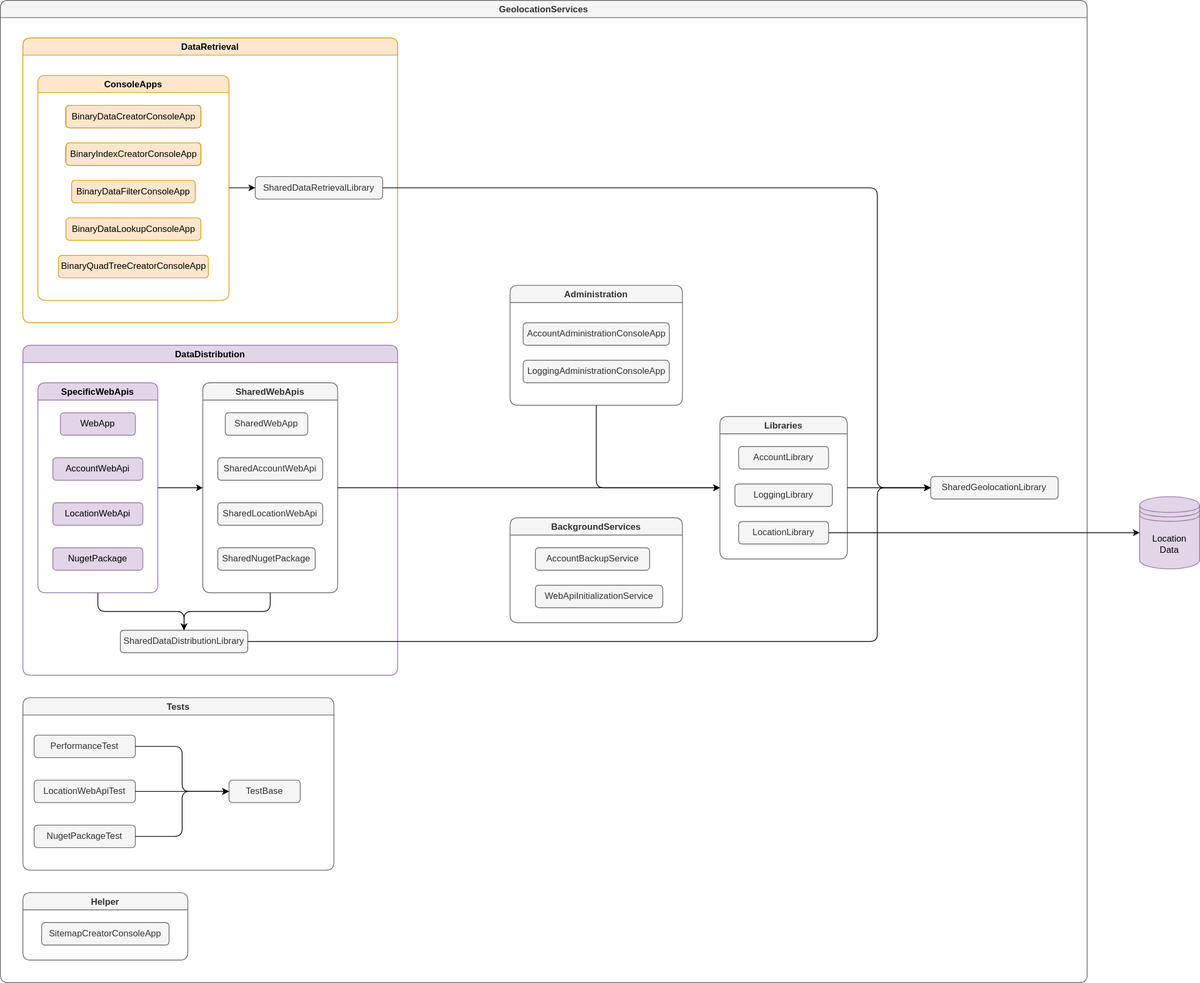
Before: _images/architecture-component-diagram.drawio.svg, a diagram exported from draw.io (gartenkralle/geolocation-services-doc). Source tidied: cells renumbered, new cells last; positions are measured from the earlier drawing's top-left corner, leaving out a move shared by most shapes.
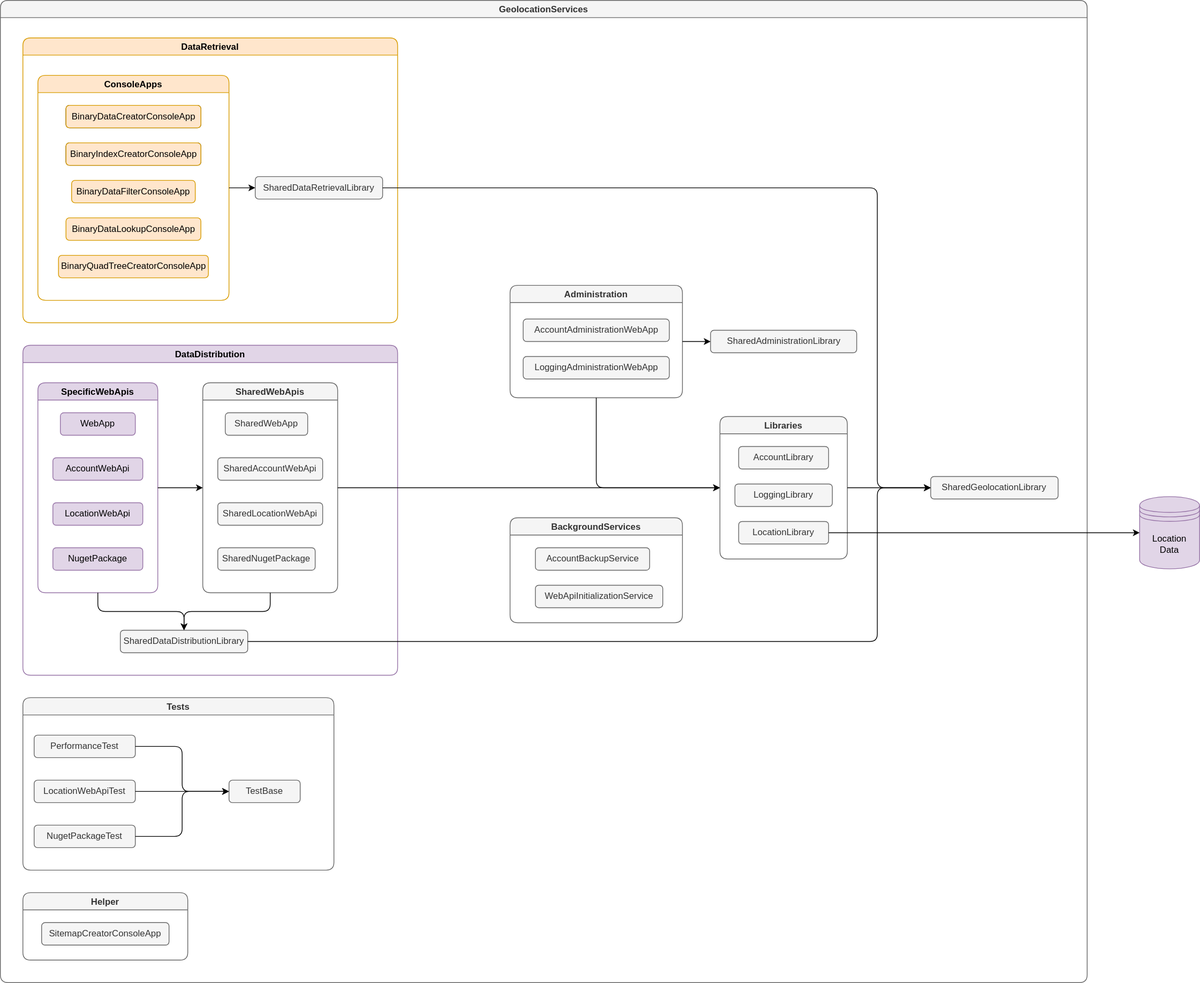
Later version of the same file.

The edit, as a diff of the source:
```diff
@@ -140,13 +140,13 @@
       </mxGeometry>
     </mxCell>
     <mxCell id="46" value="Administration" style="swimlane;rounded=1;fillColor=#f5f5f5;fontColor=#333333;strokeColor=#666666;" parent="2" vertex="1">
-      <mxGeometry x="680" y="380" width="230" height="160" as="geometry" />
+      <mxGeometry x="680" y="380" width="230" height="150" as="geometry" />
     </mxCell>
-    <mxCell id="47" value="AccountAdministrationConsoleApp" style="whiteSpace=wrap;html=1;fillColor=#f5f5f5;strokeColor=#666666;rounded=1;fontColor=#333333;" parent="46" vertex="1">
-      <mxGeometry x="17.5" y="50" width="195" height="30" as="geometry" />
+    <mxCell id="47" value="AccountAdministrationWebApp" style="whiteSpace=wrap;html=1;fillColor=#f5f5f5;strokeColor=#666666;rounded=1;fontColor=#333333;" parent="46" vertex="1">
+      <mxGeometry x="17.5" y="45" width="195" height="30" as="geometry" />
     </mxCell>
-    <mxCell id="48" value="LoggingAdministrationConsoleApp" style="whiteSpace=wrap;html=1;fillColor=#f5f5f5;strokeColor=#666666;rounded=1;fontColor=#333333;" parent="46" vertex="1">
-      <mxGeometry x="17.5" y="100" width="195" height="30" as="geometry" />
+    <mxCell id="48" value="LoggingAdministrationWebApp" style="whiteSpace=wrap;html=1;fillColor=#f5f5f5;strokeColor=#666666;rounded=1;fontColor=#333333;" parent="46" vertex="1">
+      <mxGeometry x="17.5" y="95" width="195" height="30" as="geometry" />
     </mxCell>
     <mxCell id="49" style="endArrow=classic;html=1;rounded=1;exitX=0.5;exitY=1;exitDx=0;exitDy=0;entryX=0;entryY=0.5;entryDx=0;entryDy=0;edgeStyle=orthogonalEdgeStyle;" parent="2" edge="1" source="46" target="41">
       <mxGeometry relative="1" as="geometry">
@@ -185,6 +185,12 @@
         </Array>
       </mxGeometry>
     </mxCell>
+    <mxCell id="57" value="SharedAdministrationLibrary" style="whiteSpace=wrap;html=1;fillColor=#f5f5f5;strokeColor=#666666;rounded=1;fontColor=#333333;" parent="2" vertex="1">
+      <mxGeometry x="947.5" y="440" width="195" height="30" as="geometry" />
+    </mxCell>
+    <mxCell id="58" style="endArrow=classic;html=1;rounded=1;exitX=1;exitY=0.5;exitDx=0;exitDy=0;entryX=0;entryY=0.5;entryDx=0;entryDy=0;" parent="2" edge="1" source="46" target="57">
+      <mxGeometry relative="1" as="geometry" />
+    </mxCell>
     <mxCell id="55" value="Location&lt;br&gt;Data" style="shape=datastore;whiteSpace=wrap;html=1;fillColor=#e1d5e7;strokeColor=#9673a6;" parent="1" vertex="1">
       <mxGeometry x="1520" y="661.9" width="80" height="96.2" as="geometry" />
     </mxCell>
```
